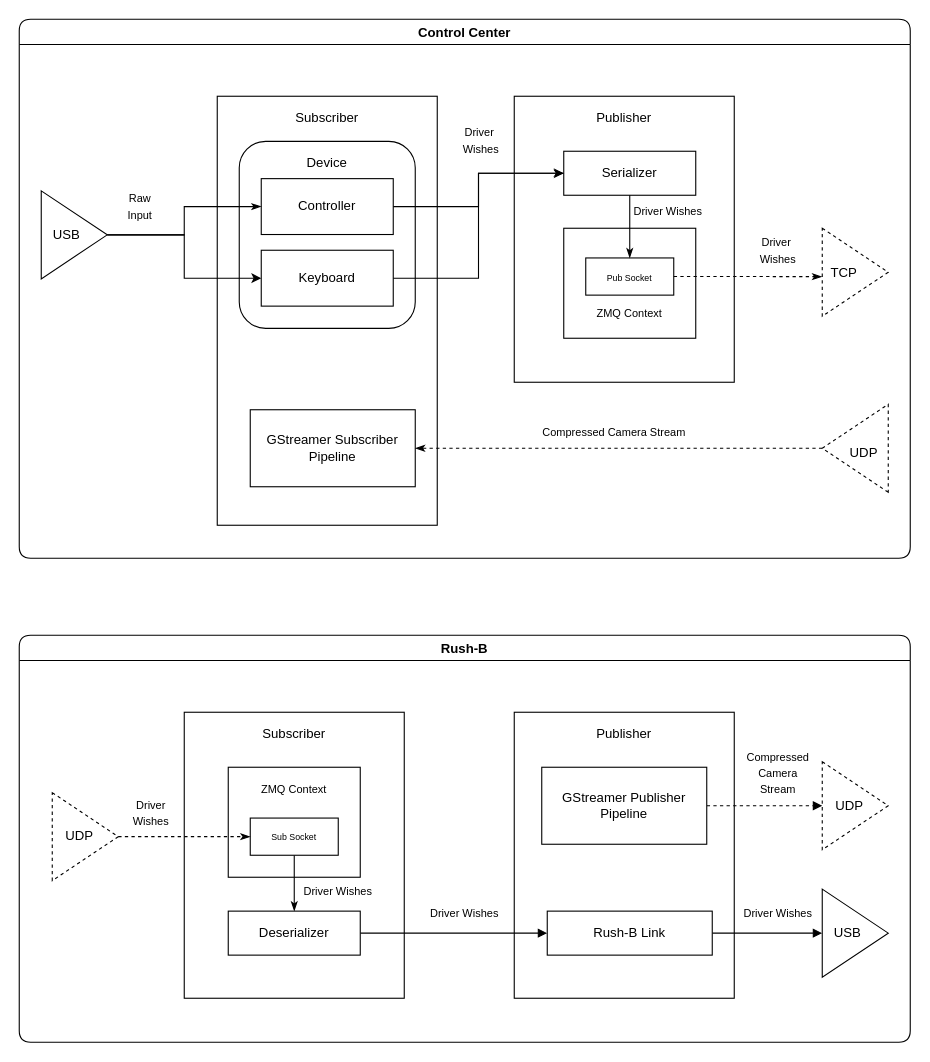
Before: page "Dataflow" (4 of 5) of docs/diagrams/Design.drawio in GjergjiSh/Rush-B, a draw.io diagram. Source tidied: cells renumbered, new cells numbered last; positions are measured from the earlier drawing's top-left corner, leaving out a move shared by most shapes. Both pictures are drawn from the tidied source at 110%, with x=0, y=0 at pixel (19, 19).
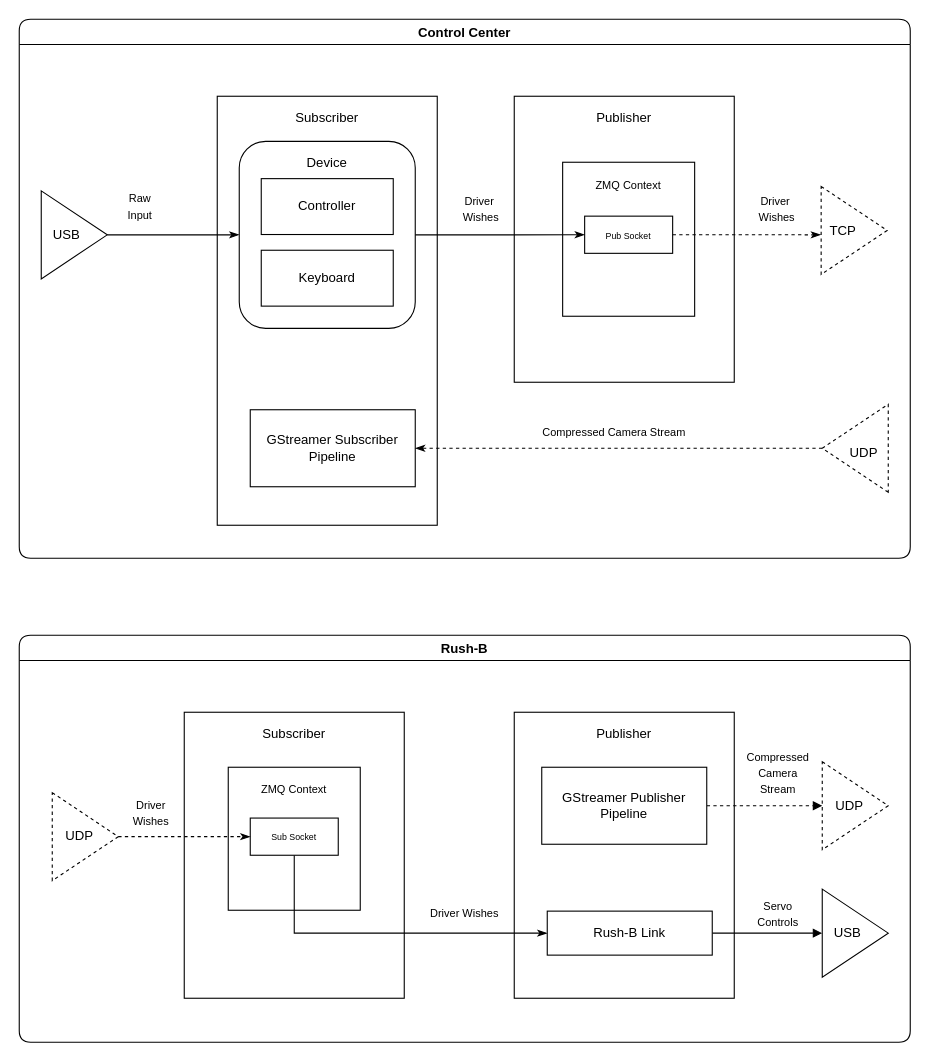
Above is the later version.

Commit message (it also covers changes not shown here):
removed serializer component from design diagram

Unchanged cells that the change refers to:
```xml
<mxCell id="2" value="Control Center" style="swimlane;rounded=1;fillColor=none;startSize=23;" parent="1" vertex="1">
  <mxGeometry width="810" height="490" as="geometry" />
</mxCell>
<mxCell id="11" value="USB&amp;nbsp; &amp;nbsp;&amp;nbsp;" style="triangle;whiteSpace=wrap;html=1;rounded=0;fillColor=none;" parent="2" vertex="1">
  <mxGeometry x="20" y="156" width="60" height="80" as="geometry" />
</mxCell>
<mxCell id="25" style="rounded=1;whiteSpace=wrap;html=1;" parent="24" vertex="1">
  <mxGeometry width="160" height="170" as="geometry" />
</mxCell>
<mxCell id="27" value="Controller" style="rounded=0;whiteSpace=wrap;html=1;" parent="24" vertex="1">
  <mxGeometry x="20" y="33.9" width="120" height="50.8" as="geometry" />
</mxCell>
<mxCell id="28" value="Keyboard" style="rounded=0;whiteSpace=wrap;html=1;" parent="24" vertex="1">
  <mxGeometry x="20" y="99" width="120" height="50.8" as="geometry" />
</mxCell>
<mxCell id="34" value="Rush-B" style="swimlane;rounded=1;fillColor=none;startSize=23;" parent="1" vertex="1">
  <mxGeometry y="560" width="810" height="370" as="geometry" />
</mxCell>
<mxCell id="44" value="&lt;font style=&quot;font-size: 8px&quot;&gt;Sub Socket&lt;/font&gt;" style="rounded=0;whiteSpace=wrap;html=1;" parent="34" vertex="1">
  <mxGeometry x="210" y="166.2" width="80" height="33.8" as="geometry" />
</mxCell>
<mxCell id="53" value="Rush-B Link" style="rounded=0;whiteSpace=wrap;html=1;" parent="34" vertex="1">
  <mxGeometry x="480" y="250.8" width="150" height="40" as="geometry" />
</mxCell>
```

The edit, as a diff of the source:
```diff
@@
-    <mxCell id="6" value="Serializer" style="rounded=0;whiteSpace=wrap;html=1;" parent="2" vertex="1">
-      <mxGeometry x="495" y="120" width="120" height="40" as="geometry" />
-    </mxCell>
@@
     <mxCell id="9" style="triangle;whiteSpace=wrap;html=1;rounded=0;fillColor=none;dashed=1;" parent="2" vertex="1">
-      <mxGeometry x="730" y="190" width="60" height="80" as="geometry" />
+      <mxGeometry x="729" y="152" width="60" height="80" as="geometry" />
     </mxCell>
@@
+    <mxCell id="58" style="edgeStyle=orthogonalEdgeStyle;rounded=0;jettySize=auto;html=1;entryX=0;entryY=0.5;entryDx=0;entryDy=0;endArrow=classicThin;endFill=1;" parent="2" edge="1" source="11" target="25">
+      <mxGeometry relative="1" as="geometry" />
+    </mxCell>
@@
     <mxCell id="12" style="rounded=0;whiteSpace=wrap;html=1;" parent="2" vertex="1">
-      <mxGeometry x="495" y="190" width="120" height="100" as="geometry" />
+      <mxGeometry x="494" y="130" width="120" height="140" as="geometry" />
     </mxCell>
     <mxCell id="13" value="&lt;font style=&quot;font-size: 8px&quot;&gt;Pub Socket&lt;/font&gt;" style="rounded=0;whiteSpace=wrap;html=1;" parent="2" vertex="1">
-      <mxGeometry x="515" y="217" width="80" height="33.8" as="geometry" />
+      <mxGeometry x="514" y="179" width="80" height="33.8" as="geometry" />
     </mxCell>
     <mxCell id="14" value="&lt;font style=&quot;font-size: 10px&quot;&gt;ZMQ Context&lt;/font&gt;" style="text;html=1;strokeColor=none;fillColor=none;align=center;verticalAlign=middle;whiteSpace=wrap;rounded=0;" parent="2" vertex="1">
-      <mxGeometry x="490" y="256.2" width="130" height="22.5" as="geometry" />
+      <mxGeometry x="489" y="139.5" width="130" height="22.5" as="geometry" />
     </mxCell>
@@
     <mxCell id="16" value="&lt;span style=&quot;font-size: 10px&quot;&gt;Driver&amp;nbsp;&lt;br&gt;&lt;/span&gt;&lt;span style=&quot;font-size: 10px&quot;&gt;Wishes&lt;/span&gt;" style="text;html=1;strokeColor=none;fillColor=none;align=center;verticalAlign=middle;whiteSpace=wrap;rounded=0;" parent="2" vertex="1">
-      <mxGeometry x="400" y="100" width="40" height="20" as="geometry" />
+      <mxGeometry x="400" y="162" width="40" height="20" as="geometry" />
     </mxCell>
-    <mxCell id="17" style="edgeStyle=orthogonalEdgeStyle;rounded=0;jettySize=auto;html=1;exitX=0.5;exitY=1;exitDx=0;exitDy=0;entryX=0.5;entryY=0;entryDx=0;entryDy=0;endArrow=classicThin;endFill=1;" parent="2" edge="1" source="6" target="13">
-      <mxGeometry relative="1" as="geometry" />
-    </mxCell>
     <mxCell id="18" value="&lt;span style=&quot;font-size: 10px&quot;&gt;Driver&amp;nbsp;&lt;br&gt;&lt;/span&gt;&lt;span style=&quot;font-size: 10px&quot;&gt;Wishes&lt;/span&gt;" style="text;html=1;strokeColor=none;fillColor=none;align=center;verticalAlign=middle;whiteSpace=wrap;rounded=0;" parent="2" vertex="1">
-      <mxGeometry x="670" y="200" width="40" height="20" as="geometry" />
+      <mxGeometry x="669" y="162" width="40" height="20" as="geometry" />
     </mxCell>
@@
     <mxCell id="23" value="TCP" style="text;html=1;strokeColor=none;fillColor=none;align=center;verticalAlign=middle;whiteSpace=wrap;rounded=0;" parent="2" vertex="1">
-      <mxGeometry x="730" y="221" width="40" height="20" as="geometry" />
+      <mxGeometry x="729" y="183" width="40" height="20" as="geometry" />
     </mxCell>
@@
-    <mxCell id="29" style="edgeStyle=orthogonalEdgeStyle;rounded=0;jettySize=auto;html=1;exitX=1;exitY=0.5;exitDx=0;exitDy=0;endArrow=classicThin;endFill=1;entryX=0;entryY=0.5;entryDx=0;entryDy=0;" parent="2" edge="1" source="11" target="27">
-      <mxGeometry relative="1" as="geometry" />
-    </mxCell>
-    <mxCell id="30" style="edgeStyle=orthogonalEdgeStyle;rounded=0;jettySize=auto;html=1;exitX=1;exitY=0.5;exitDx=0;exitDy=0;entryX=0;entryY=0.5;entryDx=0;entryDy=0;" parent="2" edge="1" source="28" target="6">
-      <mxGeometry relative="1" as="geometry" />
-    </mxCell>
-    <mxCell id="31" style="edgeStyle=orthogonalEdgeStyle;rounded=0;jettySize=auto;html=1;exitX=1;exitY=0.5;exitDx=0;exitDy=0;entryX=0;entryY=0.5;entryDx=0;entryDy=0;endArrow=classicThin;endFill=1;" parent="2" edge="1" source="27" target="6">
-      <mxGeometry relative="1" as="geometry" />
-    </mxCell>
-    <mxCell id="32" style="edgeStyle=orthogonalEdgeStyle;rounded=0;jettySize=auto;html=1;exitX=1;exitY=0.5;exitDx=0;exitDy=0;entryX=0;entryY=0.5;entryDx=0;entryDy=0;" parent="2" edge="1" source="11" target="28">
-      <mxGeometry relative="1" as="geometry" />
-    </mxCell>
-    <mxCell id="33" value="&lt;span style=&quot;font-size: 10px&quot;&gt;Driver&amp;nbsp;&lt;/span&gt;&lt;span style=&quot;font-size: 10px&quot;&gt;Wishes&lt;/span&gt;" style="text;html=1;strokeColor=none;fillColor=none;align=center;verticalAlign=middle;whiteSpace=wrap;rounded=0;" parent="2" vertex="1">
-      <mxGeometry x="570" y="164" width="40" height="20" as="geometry" />
-    </mxCell>
+    <mxCell id="59" style="edgeStyle=orthogonalEdgeStyle;rounded=0;jettySize=auto;html=1;exitX=1;exitY=0.5;exitDx=0;exitDy=0;entryX=0;entryY=0.5;entryDx=0;entryDy=0;endArrow=classicThin;endFill=1;" parent="2" edge="1" source="25" target="13">
+      <mxGeometry relative="1" as="geometry" />
+    </mxCell>
@@
     <mxCell id="42" style="rounded=0;whiteSpace=wrap;html=1;" parent="34" vertex="1">
-      <mxGeometry x="190" y="120" width="120" height="100" as="geometry" />
+      <mxGeometry x="190" y="120" width="120" height="130" as="geometry" />
     </mxCell>
-    <mxCell id="43" style="edgeStyle=orthogonalEdgeStyle;rounded=0;jettySize=auto;html=1;exitX=0.5;exitY=1;exitDx=0;exitDy=0;endArrow=classicThin;endFill=1;" parent="34" edge="1" source="44" target="48">
-      <mxGeometry relative="1" as="geometry" />
-    </mxCell>
+    <mxCell id="60" style="edgeStyle=orthogonalEdgeStyle;rounded=0;jettySize=auto;html=1;exitX=0.5;exitY=1;exitDx=0;exitDy=0;entryX=0;entryY=0.5;entryDx=0;entryDy=0;endArrow=classicThin;endFill=1;" parent="34" edge="1" source="44" target="53">
+      <mxGeometry relative="1" as="geometry" />
+    </mxCell>
@@
-    <mxCell id="47" style="edgeStyle=orthogonalEdgeStyle;rounded=0;jettySize=auto;html=1;exitX=1;exitY=0.5;exitDx=0;exitDy=0;entryX=0;entryY=0.5;entryDx=0;entryDy=0;endArrow=block;endFill=1;" parent="34" edge="1" source="48" target="53">
-      <mxGeometry relative="1" as="geometry" />
-    </mxCell>
-    <mxCell id="48" value="Deserializer" style="rounded=0;whiteSpace=wrap;html=1;" parent="34" vertex="1">
-      <mxGeometry x="190" y="250.8" width="120" height="40" as="geometry" />
-    </mxCell>
-    <mxCell id="49" value="&lt;span style=&quot;font-size: 10px&quot;&gt;Driver&amp;nbsp;&lt;/span&gt;&lt;span style=&quot;font-size: 10px&quot;&gt;Wishes&lt;/span&gt;" style="text;html=1;strokeColor=none;fillColor=none;align=center;verticalAlign=middle;whiteSpace=wrap;rounded=0;" parent="34" vertex="1">
-      <mxGeometry x="260" y="223.1" width="60" height="20" as="geometry" />
-    </mxCell>
@@
-    <mxCell id="55" value="&lt;span style=&quot;font-size: 10px&quot;&gt;Driver&amp;nbsp;&lt;/span&gt;&lt;span style=&quot;font-size: 10px&quot;&gt;Wishes&lt;/span&gt;" style="text;html=1;strokeColor=none;fillColor=none;align=center;verticalAlign=middle;whiteSpace=wrap;rounded=0;" parent="34" vertex="1">
+    <mxCell id="55" value="&lt;font style=&quot;font-size: 10px&quot;&gt;Servo&lt;br&gt;Controls&lt;/font&gt;" style="text;html=1;strokeColor=none;fillColor=none;align=center;verticalAlign=middle;whiteSpace=wrap;rounded=0;" parent="34" vertex="1">
       <mxGeometry x="670" y="243.1" width="40" height="20" as="geometry" />
     </mxCell>
```
